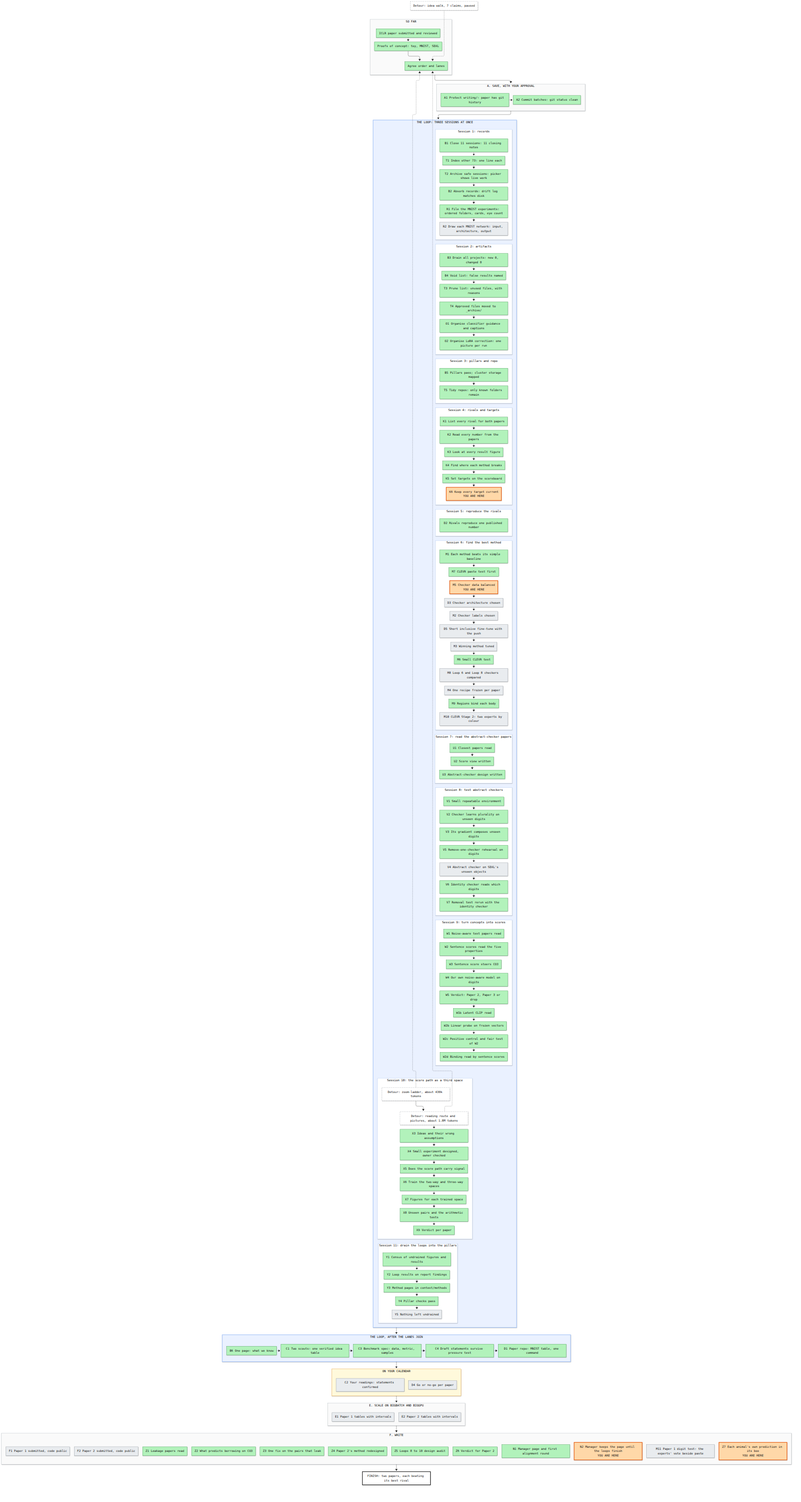
Earlier version of the Mermaid export artifacts/notes/progress/map.png (mo-rsa24/concept-composition). Its source is kept beside it as artifacts/notes/progress/map.mmd.
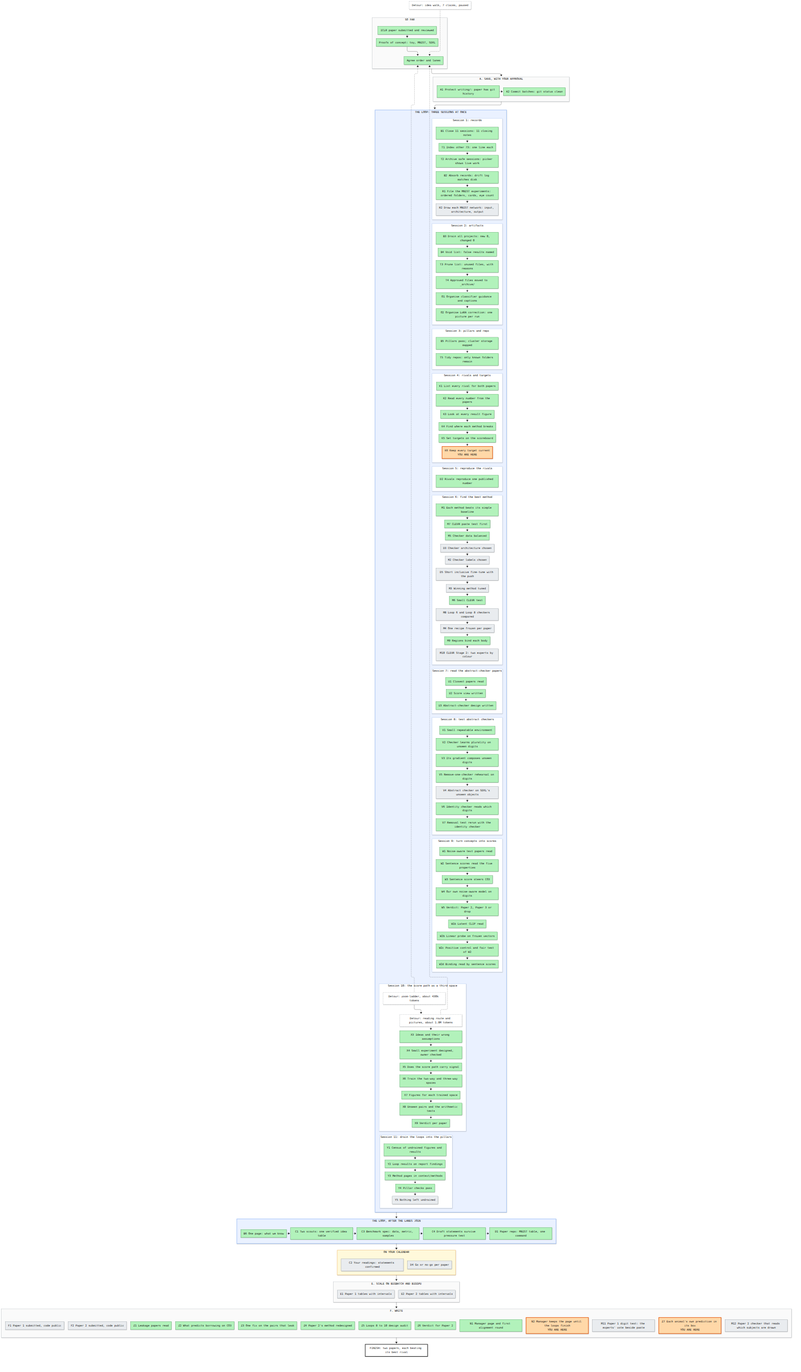
The same file after the commit.

Commit message:
Question 100 A: M5 closed after its read; M12, a checker that reads identity, holds D3 and M2

What changed in the source:
```diff
@@ -37,7 +37,7 @@
     end
     subgraph L6["Session 6: find the best method"]
       direction TB
-      M1["M1 Each method beats its simple baseline"]:::done --> M7["M7 CLEVR paste test first"]:::done --> M5["M5 Checker data balanced<br/>YOU ARE HERE"]:::doing --> D3["D3 Checker architecture chosen"]:::todo --> M2["M2 Checker labels chosen"]:::todo --> D5["D5 Short inclusive fine-tune with the push"]:::todo --> M3["M3 Winning method tuned"]:::todo --> M6["M6 Small CLEVR test"]:::done --> M8["M8 Loop 6 and Loop 8 checkers compared"]:::todo --> M4["M4 One recipe frozen per paper"]:::todo --> M9["M9 Regions bind each body"]:::done --> M10["M10 CLEVR Stage 2: two experts by colour"]:::todo
+      M1["M1 Each method beats its simple baseline"]:::done --> M7["M7 CLEVR paste test first"]:::done --> M5["M5 Checker data balanced"]:::done --> D3["D3 Checker architecture chosen"]:::todo --> M2["M2 Checker labels chosen"]:::todo --> D5["D5 Short inclusive fine-tune with the push"]:::todo --> M3["M3 Winning method tuned"]:::todo --> M6["M6 Small CLEVR test"]:::done --> M8["M8 Loop 6 and Loop 8 checkers compared"]:::todo --> M4["M4 One recipe frozen per paper"]:::todo --> M9["M9 Regions bind each body"]:::done --> M10["M10 CLEVR Stage 2: two experts by colour"]:::todo
     end
     subgraph L7["Session 7: read the abstract-checker papers"]
       direction TB
@@ -74,7 +74,7 @@
   end
   subgraph SF["F. WRITE"]
     direction LR
-    F1["F1 Paper 1 submitted, code public"]:::todo ~~~ F2["F2 Paper 2 submitted, code public"]:::todo ~~~ Z1["Z1 Leakage papers read"]:::done ~~~ Z2["Z2 What predicts borrowing on CO3"]:::done ~~~ Z3["Z3 One fix on the pairs that leak"]:::done ~~~ Z4["Z4 Paper 2's method redesigned"]:::done ~~~ Z5["Z5 Loops 8 to 10 design audit"]:::done ~~~ Z6["Z6 Verdict for Paper 2"]:::done ~~~ N1["N1 Manager page and first alignment round"]:::done ~~~ N2["N2 Manager keeps the page until the loops finish<br/>YOU ARE HERE"]:::doing ~~~ M11["M11 Paper 1 digit test: the experts' vote beside paste"]:::todo ~~~ Z7["Z7 Each animal's own prediction in its box<br/>YOU ARE HERE"]:::doing
+    F1["F1 Paper 1 submitted, code public"]:::todo ~~~ F2["F2 Paper 2 submitted, code public"]:::todo ~~~ Z1["Z1 Leakage papers read"]:::done ~~~ Z2["Z2 What predicts borrowing on CO3"]:::done ~~~ Z3["Z3 One fix on the pairs that leak"]:::done ~~~ Z4["Z4 Paper 2's method redesigned"]:::done ~~~ Z5["Z5 Loops 8 to 10 design audit"]:::done ~~~ Z6["Z6 Verdict for Paper 2"]:::done ~~~ N1["N1 Manager page and first alignment round"]:::done ~~~ N2["N2 Manager keeps the page until the loops finish<br/>YOU ARE HERE"]:::doing ~~~ M11["M11 Paper 1 digit test: the experts' vote beside paste"]:::todo ~~~ Z7["Z7 Each animal's own prediction in its box<br/>YOU ARE HERE"]:::doing ~~~ M12["M12 Paper 2 checker that reads which subjects are drawn"]:::todo
   end
   GOAL["FINISH: two papers, each beating its best rival"]:::goal
   X0["Detour: idea walk, 7 claims, paused"]:::detour -.-> P2
```
